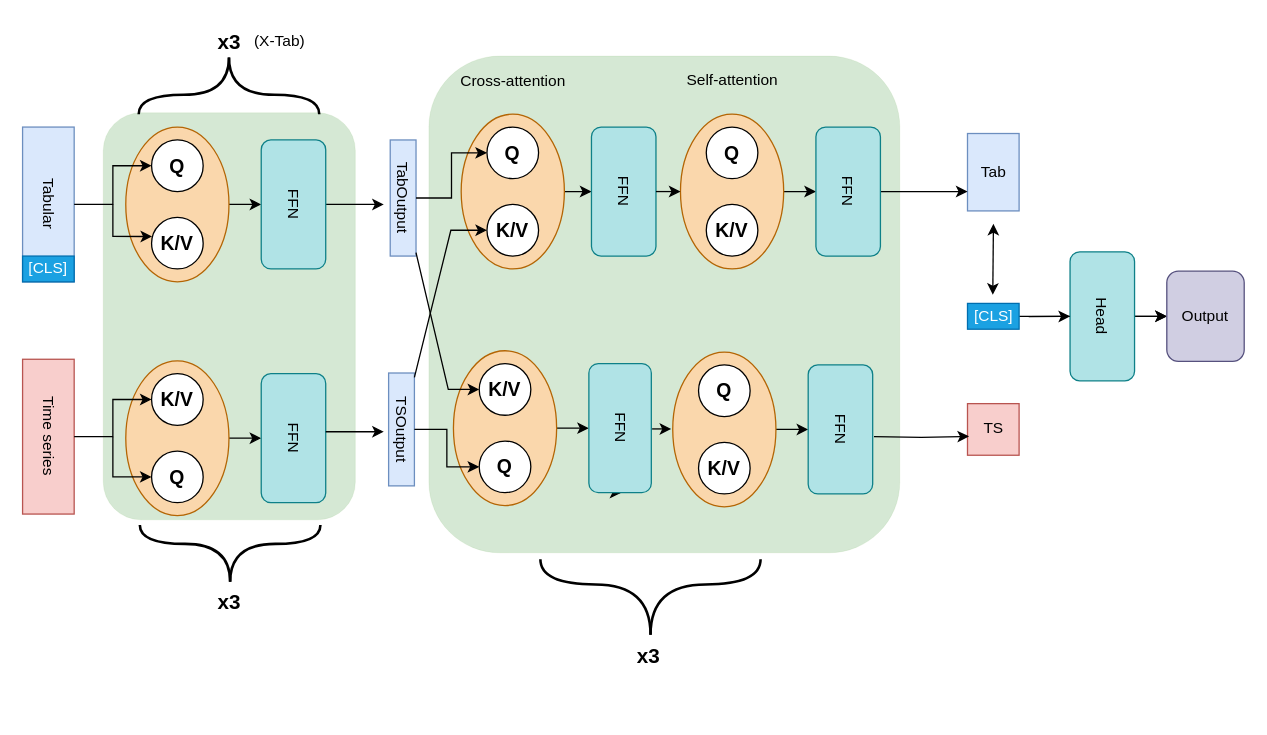
Before: CrossXTab_did.drawio in Jeremstym/MulModVM, a draw.io diagram. Source tidied: cells renumbered, new cells numbered last; positions are measured from the earlier drawing's top-left corner, leaving out a move shared by most shapes. Both pictures are drawn from the tidied source at 129%, with x=0, y=0 at pixel (22, 22).
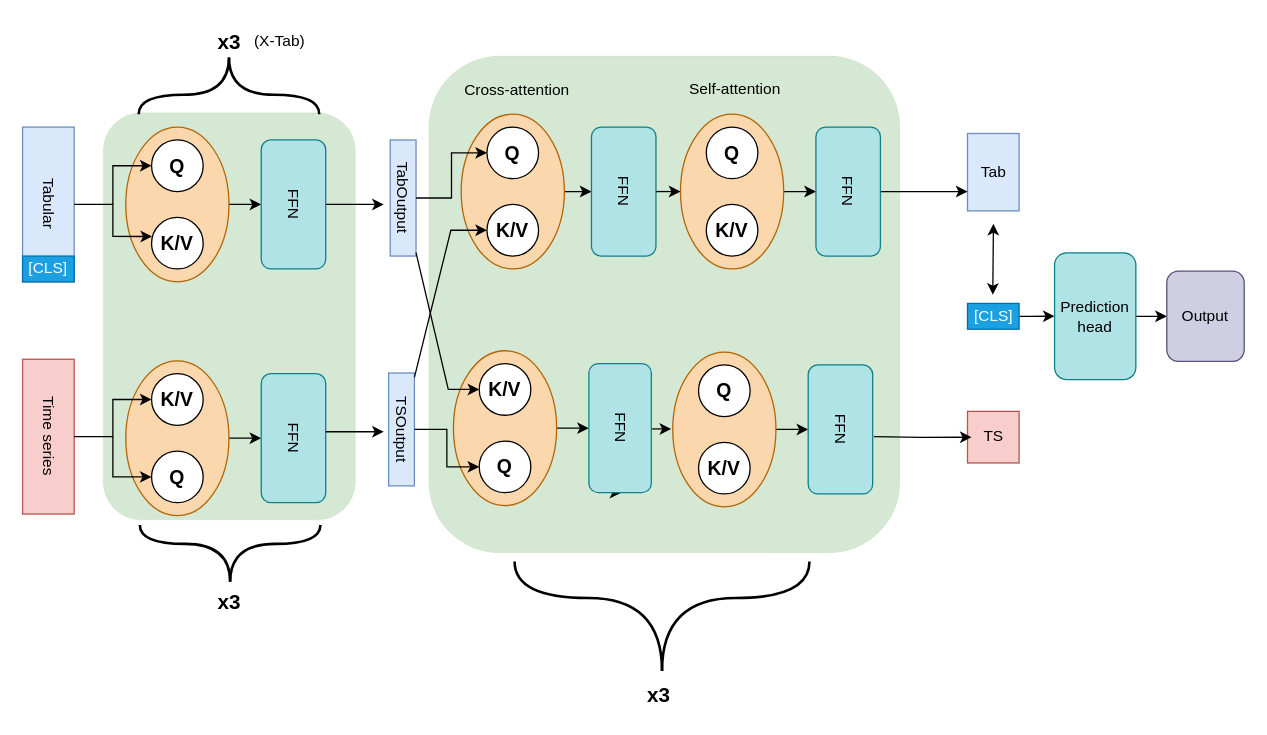
Above is the later version.

Commit message:
finish and correct cross xtab diagram

Unchanged cells that the change refers to:
```xml
<mxCell id="22" value="[CLS]" style="rounded=0;whiteSpace=wrap;html=1;fillColor=#1ba1e2;fontColor=#ffffff;strokeColor=#006EAF;" parent="1" vertex="1">
  <mxGeometry x="732.5" y="217.7" width="40" height="20" as="geometry" />
</mxCell>
```

Diff of the diagram source:
```diff
@@
-    <mxCell id="21" style="edgeStyle=orthogonalEdgeStyle;rounded=0;jettySize=auto;html=1;" parent="1" edge="1" source="22" target="30">
-      <mxGeometry relative="1" as="geometry" />
-    </mxCell>
+    <mxCell id="79" style="edgeStyle=orthogonalEdgeStyle;rounded=0;jettySize=auto;html=1;entryX=0;entryY=0.5;entryDx=0;entryDy=0;" parent="1" edge="1" source="22" target="28">
+      <mxGeometry relative="1" as="geometry" />
+    </mxCell>
@@
     <mxCell id="24" value="TS" style="rounded=0;whiteSpace=wrap;html=1;fillColor=#f8cecc;strokeColor=#b85450;" parent="1" vertex="1">
-      <mxGeometry x="732.5" y="295.4" width="40" height="40" as="geometry" />
+      <mxGeometry x="732.5" y="301.4" width="40" height="40" as="geometry" />
     </mxCell>
@@
-    <mxCell id="26" style="endArrow=classic;html=1;rounded=0;edgeStyle=orthogonalEdgeStyle;entryX=0.03;entryY=0.634;entryDx=0;entryDy=0;entryPerimeter=0;" parent="1" edge="1" target="24">
+    <mxCell id="26" style="endArrow=classic;html=1;rounded=0;edgeStyle=orthogonalEdgeStyle;entryX=0.079;entryY=0.501;entryDx=0;entryDy=0;entryPerimeter=0;" parent="1" edge="1" target="24">
       <mxGeometry relative="1" as="geometry">
         <mxPoint x="660" y="321" as="sourcePoint" />
       </mxGeometry>
     </mxCell>
-    <mxCell id="27" style="edgeStyle=orthogonalEdgeStyle;rounded=0;jettySize=auto;html=1;" parent="1" edge="1" source="28" target="30">
+    <mxCell id="27" style="edgeStyle=orthogonalEdgeStyle;rounded=0;jettySize=auto;html=1;entryX=0;entryY=0.5;entryDx=0;entryDy=0;" parent="1" edge="1" source="28" target="30">
       <mxGeometry relative="1" as="geometry" />
     </mxCell>
-    <mxCell id="28" value="Head" style="rounded=1;whiteSpace=wrap;html=1;rotation=90;fillColor=#b0e3e6;strokeColor=#0e8088;" parent="1" vertex="1">
-      <mxGeometry x="787" y="202.7" width="100" height="50" as="geometry" />
+    <mxCell id="28" value="Prediction head" style="rounded=1;whiteSpace=wrap;html=1;rotation=0;fillColor=#b0e3e6;strokeColor=#0e8088;" parent="1" vertex="1">
+      <mxGeometry x="800" y="178.5" width="63" height="98.3" as="geometry" />
     </mxCell>
-    <mxCell id="29" style="endArrow=classic;html=1;rounded=0;entryX=0.5;entryY=1;entryDx=0;entryDy=0;" parent="1" edge="1" target="28">
-      <mxGeometry relative="1" as="geometry">
-        <mxPoint x="780" y="228" as="sourcePoint" />
-      </mxGeometry>
-    </mxCell>
-    <mxCell id="30" value="Output" style="rounded=1;whiteSpace=wrap;html=1;fillColor=#d0cee2;strokeColor=#56517e;" parent="1" vertex="1">
+    <mxCell id="30" value="Output" style="rounded=1;whiteSpace=wrap;html=1;fillColor=#d0cee2;strokeColor=#56517e;shadow=0;" parent="1" vertex="1">
       <mxGeometry x="887" y="192.7" width="60" height="70" as="geometry" />
     </mxCell>
@@
     <mxCell id="36" style="group;rotation=-90;" parent="1" vertex="1">
-      <mxGeometry x="490" y="261" width="64" height="155.8" as="geometry" />
+      <mxGeometry x="470" y="262.7" width="140" height="240" as="geometry" />
     </mxCell>
+    <mxCell id="80" style="group;" parent="36" vertex="1">
+      <mxGeometry x="-88.6" y="155.1" width="228.6" height="84.9" as="geometry" />
+    </mxCell>
-    <mxCell id="37" style="endArrow=none;html=1;rounded=0;fontStyle=1;edgeStyle=orthogonalEdgeStyle;curved=1;strokeWidth=2;" parent="36" edge="1">
+    <mxCell id="37" style="endArrow=none;html=1;rounded=0;fontStyle=1;edgeStyle=orthogonalEdgeStyle;curved=1;strokeWidth=2;" parent="80" edge="1">
       <mxGeometry relative="1" as="geometry">
-        <mxPoint x="-3.2" y="213.5" as="sourcePoint" />
-        <mxPoint x="-88.6" y="155.1" as="targetPoint" />
+        <mxPoint x="114.3" y="84.9" as="sourcePoint" />
+        <mxPoint as="targetPoint" />
         <Array as="points">
-          <mxPoint x="-3.2" y="174.6" />
-          <mxPoint x="-88.6" y="174.6" />
+          <mxPoint x="114.3" y="28.3" />
+          <mxPoint y="28.3" />
         </Array>
       </mxGeometry>
     </mxCell>
-    <mxCell id="38" style="endArrow=none;html=1;rounded=0;edgeStyle=orthogonalEdgeStyle;curved=1;strokeWidth=2;" parent="36" edge="1">
+    <mxCell id="38" style="endArrow=none;html=1;rounded=0;edgeStyle=orthogonalEdgeStyle;curved=1;strokeWidth=2;" parent="80" edge="1">
       <mxGeometry relative="1" as="geometry">
-        <mxPoint x="-3.2" y="213.5" as="sourcePoint" />
-        <mxPoint x="82.1" y="155.1" as="targetPoint" />
+        <mxPoint x="114.3" y="84.9" as="sourcePoint" />
+        <mxPoint x="228.6" as="targetPoint" />
         <Array as="points">
-          <mxPoint x="-3.2" y="174.6" />
-          <mxPoint x="82.1" y="174.6" />
+          <mxPoint x="114.3" y="28.3" />
+          <mxPoint x="228.6" y="28.3" />
         </Array>
       </mxGeometry>
     </mxCell>
     <mxCell id="39" value="&lt;b style=&quot;font-size: 16px;&quot;&gt;x3&lt;/b&gt;" style="text;html=1;align=center;verticalAlign=middle;strokeColor=none;fillColor=none;" parent="1" vertex="1">
-      <mxGeometry x="465" y="476" width="40" height="30" as="geometry" />
+      <mxGeometry x="473.2" y="506" width="40" height="30" as="geometry" />
     </mxCell>
@@
     <mxCell id="74" value="Cross-attention" style="text;html=1;align=center;verticalAlign=middle;strokeColor=none;fillColor=none;" parent="1" vertex="1">
-      <mxGeometry x="330" y="31" width="100" height="30" as="geometry" />
+      <mxGeometry x="333" y="38" width="100" height="30" as="geometry" />
     </mxCell>
     <mxCell id="75" value="Self-attention" style="text;html=1;align=center;verticalAlign=middle;strokeColor=none;fillColor=none;" parent="1" vertex="1">
-      <mxGeometry x="505" y="30" width="90" height="30" as="geometry" />
+      <mxGeometry x="507" y="37" width="90" height="30" as="geometry" />
     </mxCell>
```
